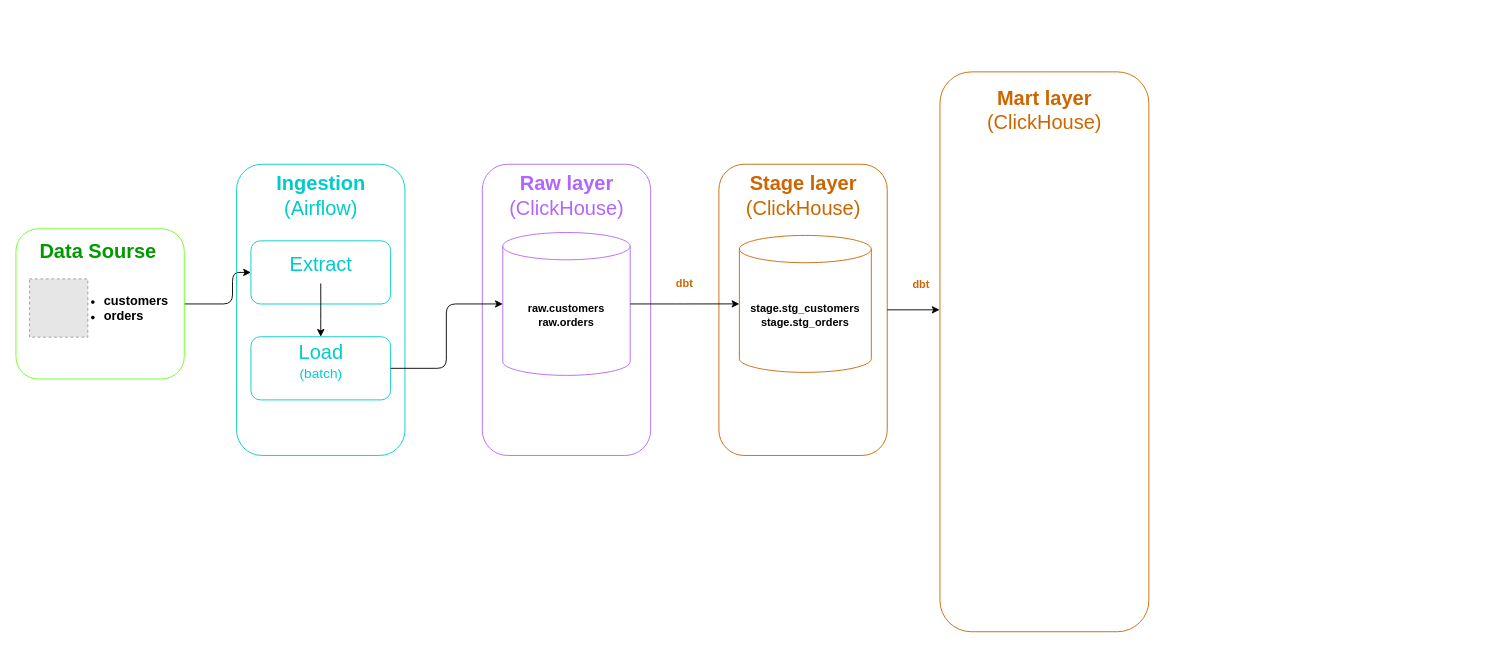
Above: DFD.drawio in dudyaosuplayer/etl_ch_monitoring_dbt (draw.io), before the change. Source tidied: cells renumbered, new cells numbered last; positions are measured from the earlier drawing's top-left corner, leaving out a move shared by most shapes. Both pictures are drawn from the tidied source at 91%, with x=0, y=0 at pixel (25, 78). Pictures stored in the file or linked from it are replaced by grey dashed boxes.
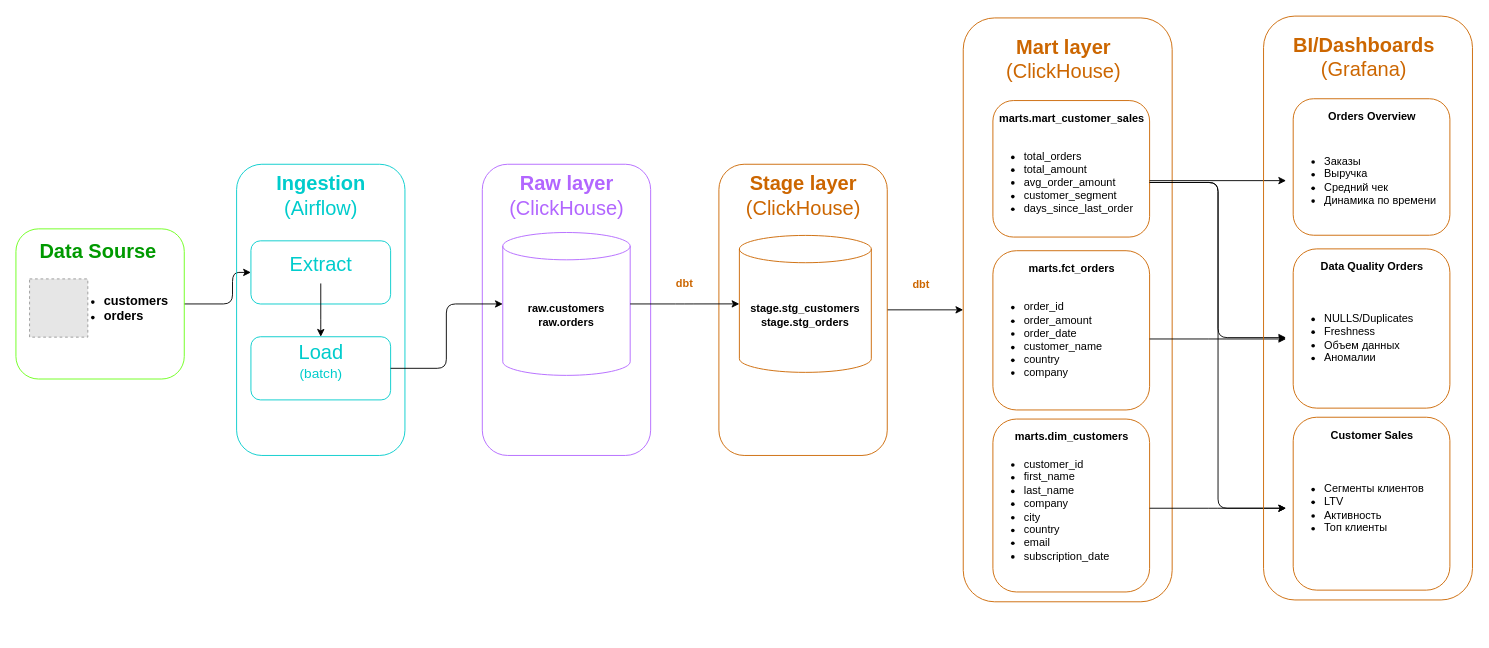
After the change.

The change refers to these unchanged cells:
```xml
<mxCell id="17" style="rounded=1;whiteSpace=wrap;html=1;rotation=-90;fillColor=none;strokeColor=#CC6600;fontColor=default;labelBorderColor=#CC6600;" parent="1" vertex="1">
  <mxGeometry x="695" y="161.5" width="320" height="185" as="geometry" />
</mxCell>
```

What changed in the source:
```diff
@@
+    <mxCell id="26" style="edgeStyle=none;html=1;exitX=0.5;exitY=1;exitDx=0;exitDy=0;" parent="1" edge="1" source="17" target="23">
+      <mxGeometry relative="1" as="geometry" />
+    </mxCell>
@@
     <mxCell id="23" style="rounded=1;whiteSpace=wrap;html=1;rotation=-90;fillColor=none;strokeColor=#CC6600;fontColor=default;labelBorderColor=#CC6600;" parent="1" vertex="1">
-      <mxGeometry x="812.6" y="185.3" width="615.2" height="229.6" as="geometry" />
+      <mxGeometry x="825" y="139.2" width="641.6" height="229.6" as="geometry" />
     </mxCell>
     <mxCell id="24" value="&lt;font style=&quot;font-size: 22px; color: rgb(204, 102, 0);&quot;&gt;Mart layer&lt;/font&gt;&lt;div&gt;&lt;font style=&quot;font-size: 22px; font-weight: normal; color: rgb(204, 102, 0);&quot;&gt;(ClickHouse)&lt;/font&gt;&lt;/div&gt;" style="text;html=1;align=center;verticalAlign=middle;strokeColor=none;fillColor=none;fontStyle=1;fontColor=#6AFF18;labelBackgroundColor=none;fontFamily=Helvetica;labelBorderColor=none;textShadow=0;" parent="1" vertex="1">
-      <mxGeometry x="1045.2" width="150" height="70" as="geometry" />
+      <mxGeometry x="1066" y="-56" width="150" height="70" as="geometry" />
     </mxCell>
@@
-    <mxCell id="26" style="edgeStyle=elbowEdgeStyle;html=1;entryX=0.575;entryY=-0.002;entryDx=0;entryDy=0;entryPerimeter=0;" parent="1" edge="1" source="17" target="23">
-      <mxGeometry relative="1" as="geometry" />
-    </mxCell>
+    <mxCell id="27" style="rounded=1;whiteSpace=wrap;html=1;fillColor=none;strokeColor=light-dark(#cc6600, #ededed);" parent="1" vertex="1">
+      <mxGeometry x="1063.6" y="24" width="172.2" height="150" as="geometry" />
+    </mxCell>
+    <mxCell id="28" style="edgeStyle=elbowEdgeStyle;elbow=vertical;html=1;entryX=0;entryY=0.5;entryDx=0;entryDy=0;" parent="1" edge="1" source="31" target="44">
+      <mxGeometry relative="1" as="geometry" />
+    </mxCell>
+    <mxCell id="29" style="edgeStyle=elbowEdgeStyle;html=1;exitX=1;exitY=0.5;exitDx=0;exitDy=0;" parent="1" edge="1" source="31" target="47">
+      <mxGeometry relative="1" as="geometry" />
+    </mxCell>
+    <mxCell id="30" style="edgeStyle=elbowEdgeStyle;html=1;entryX=0;entryY=0.5;entryDx=0;entryDy=0;" parent="1" edge="1" source="31" target="50">
+      <mxGeometry relative="1" as="geometry" />
+    </mxCell>
+    <mxCell id="31" value="&lt;ul&gt;&lt;li&gt;total_orders&lt;/li&gt;&lt;li&gt;total_amount&lt;/li&gt;&lt;li&gt;avg_order_amount&lt;/li&gt;&lt;li&gt;customer_segment&lt;/li&gt;&lt;li&gt;days_since_last_order&lt;/li&gt;&lt;/ul&gt;" style="text;strokeColor=none;fillColor=none;html=1;whiteSpace=wrap;verticalAlign=middle;overflow=hidden;" parent="1" vertex="1">
+      <mxGeometry x="1055.8" y="54" width="180" height="120" as="geometry" />
+    </mxCell>
+    <mxCell id="32" value="&lt;font&gt;marts.mart_customer_sales&lt;/font&gt;" style="text;strokeColor=none;fillColor=none;html=1;fontSize=12;fontStyle=1;verticalAlign=middle;align=center;" parent="1" vertex="1">
+      <mxGeometry x="1099.7" y="24" width="100" height="40" as="geometry" />
+    </mxCell>
+    <mxCell id="33" style="rounded=1;whiteSpace=wrap;html=1;fillColor=none;strokeColor=light-dark(#cc6600, #ededed);" parent="1" vertex="1">
+      <mxGeometry x="1063.6" y="189" width="172.2" height="175" as="geometry" />
+    </mxCell>
+    <mxCell id="34" style="edgeStyle=elbowEdgeStyle;elbow=vertical;html=1;" parent="1" edge="1" source="35" target="47">
+      <mxGeometry relative="1" as="geometry" />
+    </mxCell>
+    <mxCell id="35" value="&lt;ul&gt;&lt;li&gt;order_id&lt;/li&gt;&lt;li&gt;order_amount&lt;/li&gt;&lt;li&gt;order_date&lt;/li&gt;&lt;li&gt;customer_name&lt;/li&gt;&lt;li&gt;country&lt;/li&gt;&lt;li&gt;company&lt;/li&gt;&lt;/ul&gt;" style="text;strokeColor=none;fillColor=none;html=1;whiteSpace=wrap;verticalAlign=middle;overflow=hidden;" parent="1" vertex="1">
+      <mxGeometry x="1055.8" y="219" width="180" height="135" as="geometry" />
+    </mxCell>
+    <mxCell id="36" value="&lt;font&gt;marts.fct_orders&lt;/font&gt;" style="text;strokeColor=none;fillColor=none;html=1;fontSize=12;fontStyle=1;verticalAlign=middle;align=center;" parent="1" vertex="1">
+      <mxGeometry x="1099.7" y="189" width="100" height="40" as="geometry" />
+    </mxCell>
+    <mxCell id="37" style="rounded=1;whiteSpace=wrap;html=1;fillColor=none;strokeColor=light-dark(#cc6600, #ededed);" parent="1" vertex="1">
+      <mxGeometry x="1063.6" y="374" width="172.2" height="190" as="geometry" />
+    </mxCell>
+    <mxCell id="38" style="edgeStyle=elbowEdgeStyle;elbow=vertical;html=1;entryX=0;entryY=0.5;entryDx=0;entryDy=0;" parent="1" edge="1" source="39" target="50">
+      <mxGeometry relative="1" as="geometry" />
+    </mxCell>
+    <mxCell id="39" value="&lt;ul&gt;&lt;li&gt;customer_id&lt;/li&gt;&lt;li&gt;first_name&lt;/li&gt;&lt;li&gt;last_name&lt;/li&gt;&lt;li&gt;company&lt;/li&gt;&lt;li&gt;city&lt;/li&gt;&lt;li&gt;country&lt;/li&gt;&lt;li&gt;email&lt;/li&gt;&lt;li&gt;subscription_date&lt;/li&gt;&lt;/ul&gt;" style="text;strokeColor=none;fillColor=none;html=1;whiteSpace=wrap;verticalAlign=middle;overflow=hidden;" parent="1" vertex="1">
+      <mxGeometry x="1055.8" y="384" width="180" height="180" as="geometry" />
+    </mxCell>
+    <mxCell id="40" value="&lt;font&gt;marts.dim_customers&lt;/font&gt;" style="text;strokeColor=none;fillColor=none;html=1;fontSize=12;fontStyle=1;verticalAlign=middle;align=center;" parent="1" vertex="1">
+      <mxGeometry x="1099.7" y="374" width="100" height="40" as="geometry" />
+    </mxCell>
+    <mxCell id="41" style="rounded=1;whiteSpace=wrap;html=1;rotation=-90;fillColor=none;strokeColor=#CC6600;fontColor=default;labelBorderColor=#CC6600;" parent="1" vertex="1">
+      <mxGeometry x="1155" y="137.2" width="641.6" height="229.6" as="geometry" />
+    </mxCell>
+    <mxCell id="42" value="&lt;font style=&quot;font-size: 22px; color: rgb(204, 102, 0);&quot;&gt;BI/Dashboards&lt;/font&gt;&lt;div&gt;&lt;font style=&quot;font-size: 22px; font-weight: normal; color: rgb(204, 102, 0);&quot;&gt;(Grafana)&lt;/font&gt;&lt;/div&gt;" style="text;html=1;align=center;verticalAlign=middle;strokeColor=none;fillColor=none;fontStyle=1;fontColor=#6AFF18;labelBackgroundColor=none;fontFamily=Helvetica;labelBorderColor=none;textShadow=0;" parent="1" vertex="1">
+      <mxGeometry x="1386" y="-58" width="170" height="70" as="geometry" />
+    </mxCell>
+    <mxCell id="43" style="rounded=1;whiteSpace=wrap;html=1;fillColor=none;strokeColor=light-dark(#cc6600, #ededed);" parent="1" vertex="1">
+      <mxGeometry x="1393.6" y="22" width="172.2" height="150" as="geometry" />
+    </mxCell>
+    <mxCell id="44" value="&lt;ul&gt;&lt;li&gt;Заказы&lt;/li&gt;&lt;li&gt;Выручка&lt;/li&gt;&lt;li&gt;Средний чек&lt;/li&gt;&lt;li&gt;Динамика по времени&lt;/li&gt;&lt;/ul&gt;" style="text;strokeColor=none;fillColor=none;html=1;whiteSpace=wrap;verticalAlign=middle;overflow=hidden;" parent="1" vertex="1">
+      <mxGeometry x="1385.8" y="52" width="180" height="120" as="geometry" />
+    </mxCell>
+    <mxCell id="45" value="&lt;font&gt;Orders Overview&lt;/font&gt;" style="text;strokeColor=none;fillColor=none;html=1;fontSize=12;fontStyle=1;verticalAlign=middle;align=center;" parent="1" vertex="1">
+      <mxGeometry x="1429.7" y="22" width="100" height="40" as="geometry" />
+    </mxCell>
+    <mxCell id="46" style="rounded=1;whiteSpace=wrap;html=1;fillColor=none;strokeColor=light-dark(#cc6600, #ededed);" parent="1" vertex="1">
+      <mxGeometry x="1393.6" y="187" width="172.2" height="175" as="geometry" />
+    </mxCell>
+    <mxCell id="47" value="&lt;ul&gt;&lt;li&gt;NULLS/Duplicates&lt;/li&gt;&lt;li&gt;Freshness&lt;/li&gt;&lt;li&gt;Объем данных&lt;/li&gt;&lt;li&gt;Аномалии&lt;/li&gt;&lt;/ul&gt;" style="text;strokeColor=none;fillColor=none;html=1;whiteSpace=wrap;verticalAlign=middle;overflow=hidden;" parent="1" vertex="1">
+      <mxGeometry x="1385.8" y="217" width="180" height="135" as="geometry" />
+    </mxCell>
+    <mxCell id="48" value="Data Quality Orders" style="text;strokeColor=none;fillColor=none;html=1;fontSize=12;fontStyle=1;verticalAlign=middle;align=center;" parent="1" vertex="1">
+      <mxGeometry x="1429.7" y="187" width="100" height="40" as="geometry" />
+    </mxCell>
+    <mxCell id="49" style="rounded=1;whiteSpace=wrap;html=1;fillColor=none;strokeColor=light-dark(#cc6600, #ededed);" parent="1" vertex="1">
+      <mxGeometry x="1393.6" y="372" width="172.2" height="190" as="geometry" />
+    </mxCell>
+    <mxCell id="50" value="&lt;ul&gt;&lt;li&gt;Сегменты клиентов&lt;/li&gt;&lt;li&gt;LTV&lt;/li&gt;&lt;li&gt;Активность&lt;/li&gt;&lt;li&gt;Топ клиенты&lt;/li&gt;&lt;/ul&gt;" style="text;strokeColor=none;fillColor=none;html=1;whiteSpace=wrap;verticalAlign=middle;overflow=hidden;" parent="1" vertex="1">
+      <mxGeometry x="1385.8" y="382" width="180" height="180" as="geometry" />
+    </mxCell>
+    <mxCell id="51" value="Customer Sales" style="text;strokeColor=none;fillColor=none;html=1;fontSize=12;fontStyle=1;verticalAlign=middle;align=center;" parent="1" vertex="1">
+      <mxGeometry x="1429.7" y="372" width="100" height="40" as="geometry" />
+    </mxCell>
```
